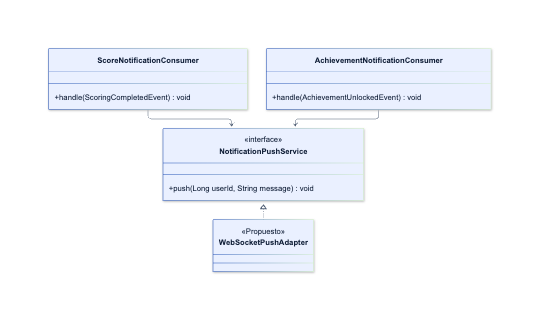
upc-pre-202620-si728-16365-thropic/talki-project-report keeps this Mermaid diagram as assets/diagrams/tactical/10-notifications-classes.png. Above is the earlier version. Its source is kept beside it as assets/diagrams/tactical/10-notifications-classes.mmd.
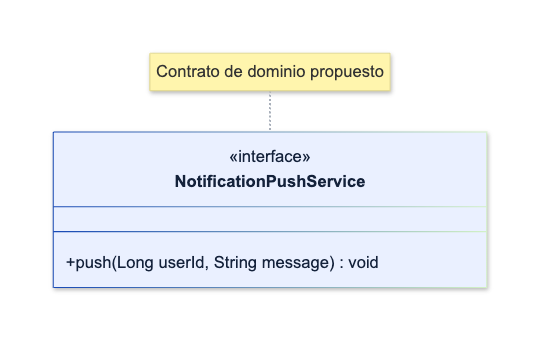
The same diagram one commit later.

What changed in the source:
```diff
@@ -1,17 +1,8 @@
 classDiagram
-    class ScoreNotificationConsumer {
-        +handle(ScoringCompletedEvent) void
-    }
-    class AchievementNotificationConsumer {
-        +handle(AchievementUnlockedEvent) void
-    }
+
     class NotificationPushService {
         <<interface>>
         +push(Long userId, String message) void
     }
-    class WebSocketPushAdapter {
-        <<Propuesto>>
-    }
-    NotificationPushService <|.. WebSocketPushAdapter
-    ScoreNotificationConsumer --> NotificationPushService
-    AchievementNotificationConsumer --> NotificationPushService
+
+    note for NotificationPushService "Contrato de dominio propuesto"
```
